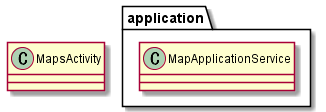
Before: docs/dev/Feature/F02/001/class-diagram.png, a diagram exported from PlantUML (chamberskaz0301/Walky_BackUp). Source of this version:
```plantuml
@startuml

class MapsActivity {

}

package application {
  class MapApplicationService {

  }
}

@enduml
```
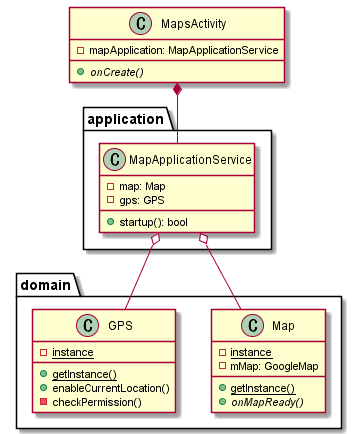
After the commit.

Commit message:
クラス図の作成 #14

Diff of the diagram source:
```diff
@@ -1,13 +1,36 @@
 @startuml
 
 class MapsActivity {
-
+  - mapApplication: MapApplicationService
+  + {abstract} onCreate()
 }
 
 package application {
   class MapApplicationService {
-
+    - map: Map
+    - gps: GPS
+    + startup(): bool
   }
 }
 
+package domain {
+  class Map {
+    - {static} instance
+    - mMap: GoogleMap
+    + {static} getInstance()
+    + {abstract} onMapReady()
+  }
+
+  class GPS {
+    - {static} instance
+    + {static} getInstance()
+    + enableCurrentLocation()
+    - checkPermission()
+  }
+}
+
+MapsActivity *-- MapApplicationService
+MapApplicationService o-- Map
+MapApplicationService o-- GPS
+
 @enduml
```
